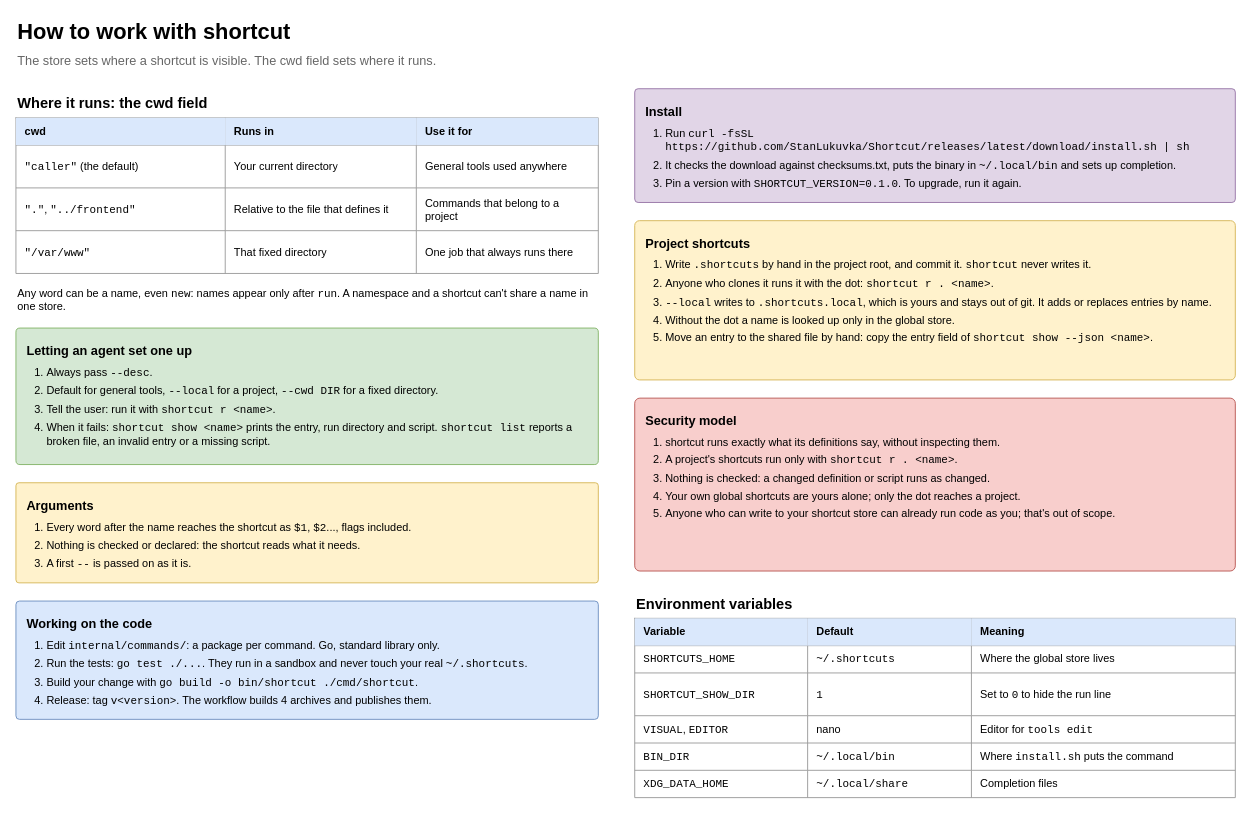
The draw.io diagram page "3 Working with it" (3 of 5) of docs/shortcut-overview.drawio in StanLukuvka/Shortcut, before the edit. Source tidied: cells renumbered, new cells numbered last; positions are measured from the earlier drawing's top-left corner, leaving out a move shared by most shapes. Both pictures are drawn from the tidied source at 91%, with x=0, y=0 at pixel (15, 15).
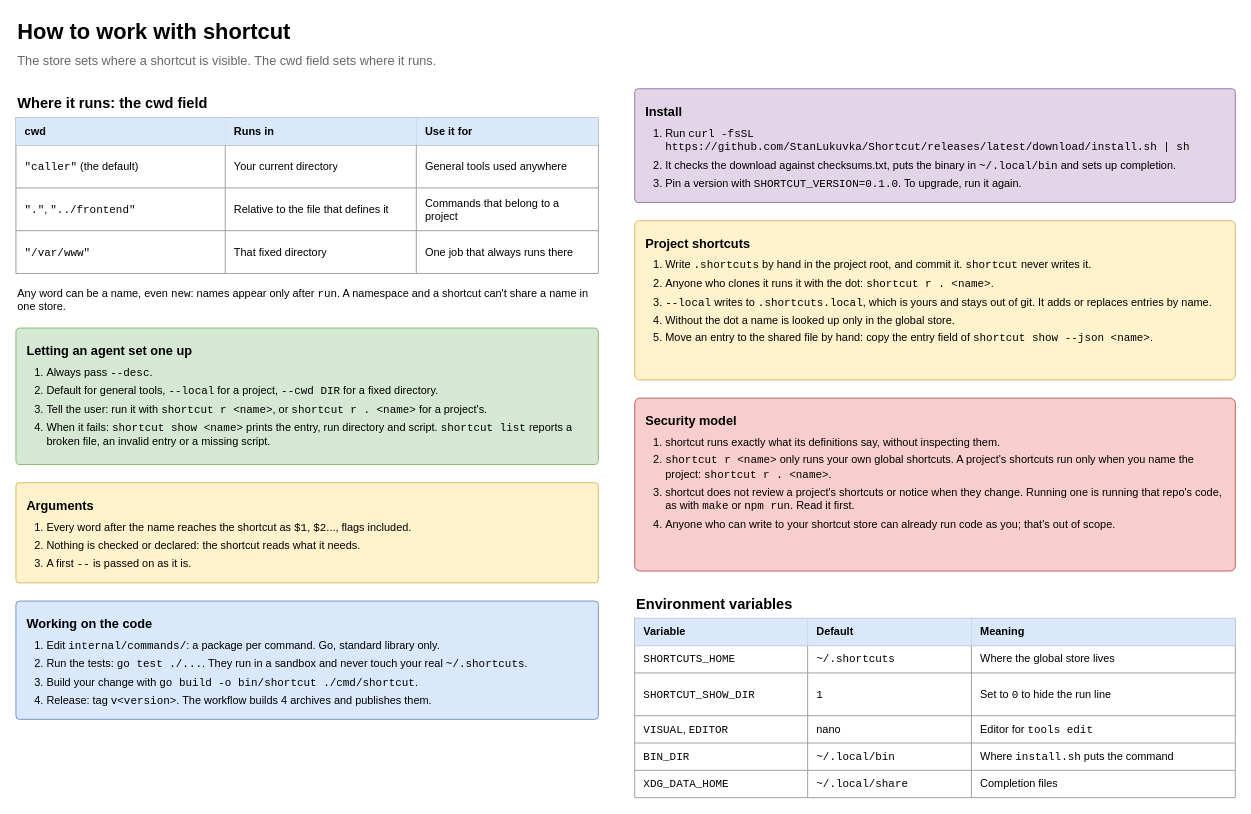
The same page after the edit.

What changed in the source:
```diff
@@
-    <mxCell id="25" value="&lt;b style='font-size:14px'&gt;Security model&lt;/b&gt;&lt;ol style='margin:8px 0 0 0;padding-left:22px'&gt;&lt;li style='margin-bottom:5px'&gt;shortcut runs exactly what its definitions say, without inspecting them.&lt;/li&gt;&lt;li style='margin-bottom:5px'&gt;A project's shortcuts run only with &lt;font face=&quot;monospace&quot;&gt;shortcut r . &amp;lt;name&amp;gt;&lt;/font&gt;.&lt;/li&gt;&lt;li style='margin-bottom:5px'&gt;Nothing is checked: a changed definition or script runs as changed.&lt;/li&gt;&lt;li style='margin-bottom:5px'&gt;Your own global shortcuts are yours alone; only the dot reaches a project.&lt;/li&gt;&lt;li style='margin-bottom:5px'&gt;Anyone who can write to your shortcut store can already run code as you; that's out of scope.&lt;/li&gt;&lt;/ol&gt;" style="rounded=1;whiteSpace=wrap;html=1;arcSize=3;fillColor=#f8cecc;strokeColor=#b85450;fontSize=12;align=left;verticalAlign=top;spacing=12;" parent="1" vertex="1">
+    <mxCell id="25" value="&lt;b style='font-size:14px'&gt;Security model&lt;/b&gt;&lt;ol style='margin:8px 0 0 0;padding-left:22px'&gt;&lt;li style='margin-bottom:5px'&gt;shortcut runs exactly what its definitions say, without inspecting them.&lt;/li&gt;&lt;li style='margin-bottom:5px'&gt;&lt;font face=&quot;monospace&quot;&gt;shortcut r &amp;lt;name&amp;gt;&lt;/font&gt; only runs your own global shortcuts. A project's shortcuts run only when you name the project: &lt;font face=&quot;monospace&quot;&gt;shortcut r . &amp;lt;name&amp;gt;&lt;/font&gt;.&lt;/li&gt;&lt;li style='margin-bottom:5px'&gt;shortcut does not review a project's shortcuts or notice when they change. Running one is running that repo's code, as with &lt;font face=&quot;monospace&quot;&gt;make&lt;/font&gt; or &lt;font face=&quot;monospace&quot;&gt;npm run&lt;/font&gt;. Read it first.&lt;/li&gt;&lt;li style='margin-bottom:5px'&gt;Anyone who can write to your shortcut store can already run code as you; that's out of scope.&lt;/li&gt;&lt;/ol&gt;" style="rounded=1;whiteSpace=wrap;html=1;arcSize=3;fillColor=#f8cecc;strokeColor=#b85450;fontSize=12;align=left;verticalAlign=top;spacing=12;" parent="1" vertex="1">
       <mxGeometry x="680" y="420" width="660" height="190" as="geometry" />
     </mxCell>
-    <mxCell id="26" value="&lt;b style='font-size:14px'&gt;Letting an agent set one up&lt;/b&gt;&lt;ol style='margin:8px 0 0 0;padding-left:22px'&gt;&lt;li style='margin-bottom:5px'&gt;Always pass &lt;font face=&quot;monospace&quot;&gt;--desc&lt;/font&gt;.&lt;/li&gt;&lt;li style='margin-bottom:5px'&gt;Default for general tools, &lt;font face=&quot;monospace&quot;&gt;--local&lt;/font&gt; for a project, &lt;font face=&quot;monospace&quot;&gt;--cwd DIR&lt;/font&gt; for a fixed directory.&lt;/li&gt;&lt;li style='margin-bottom:5px'&gt;Tell the user: run it with &lt;font face=&quot;monospace&quot;&gt;shortcut r &amp;lt;name&amp;gt;&lt;/font&gt;.&lt;/li&gt;&lt;li style='margin-bottom:5px'&gt;When it fails: &lt;font face=&quot;monospace&quot;&gt;shortcut show &amp;lt;name&amp;gt;&lt;/font&gt; prints the entry, run directory and script. &lt;font face=&quot;monospace&quot;&gt;shortcut list&lt;/font&gt; reports a broken file, an invalid entry or a missing script.&lt;/li&gt;&lt;/ol&gt;" style="rounded=1;whiteSpace=wrap;html=1;arcSize=3;fillColor=#d5e8d4;strokeColor=#82b366;fontSize=12;align=left;verticalAlign=top;spacing=12;" parent="1" vertex="1">
+    <mxCell id="26" value="&lt;b style='font-size:14px'&gt;Letting an agent set one up&lt;/b&gt;&lt;ol style='margin:8px 0 0 0;padding-left:22px'&gt;&lt;li style='margin-bottom:5px'&gt;Always pass &lt;font face=&quot;monospace&quot;&gt;--desc&lt;/font&gt;.&lt;/li&gt;&lt;li style='margin-bottom:5px'&gt;Default for general tools, &lt;font face=&quot;monospace&quot;&gt;--local&lt;/font&gt; for a project, &lt;font face=&quot;monospace&quot;&gt;--cwd DIR&lt;/font&gt; for a fixed directory.&lt;/li&gt;&lt;li style='margin-bottom:5px'&gt;Tell the user: run it with &lt;font face=&quot;monospace&quot;&gt;shortcut r &amp;lt;name&amp;gt;&lt;/font&gt;, or &lt;font face=&quot;monospace&quot;&gt;shortcut r . &amp;lt;name&amp;gt;&lt;/font&gt; for a project's.&lt;/li&gt;&lt;li style='margin-bottom:5px'&gt;When it fails: &lt;font face=&quot;monospace&quot;&gt;shortcut show &amp;lt;name&amp;gt;&lt;/font&gt; prints the entry, run directory and script. &lt;font face=&quot;monospace&quot;&gt;shortcut list&lt;/font&gt; reports a broken file, an invalid entry or a missing script.&lt;/li&gt;&lt;/ol&gt;" style="rounded=1;whiteSpace=wrap;html=1;arcSize=3;fillColor=#d5e8d4;strokeColor=#82b366;fontSize=12;align=left;verticalAlign=top;spacing=12;" parent="1" vertex="1">
       <mxGeometry y="343" width="640" height="150" as="geometry" />
     </mxCell>
```
